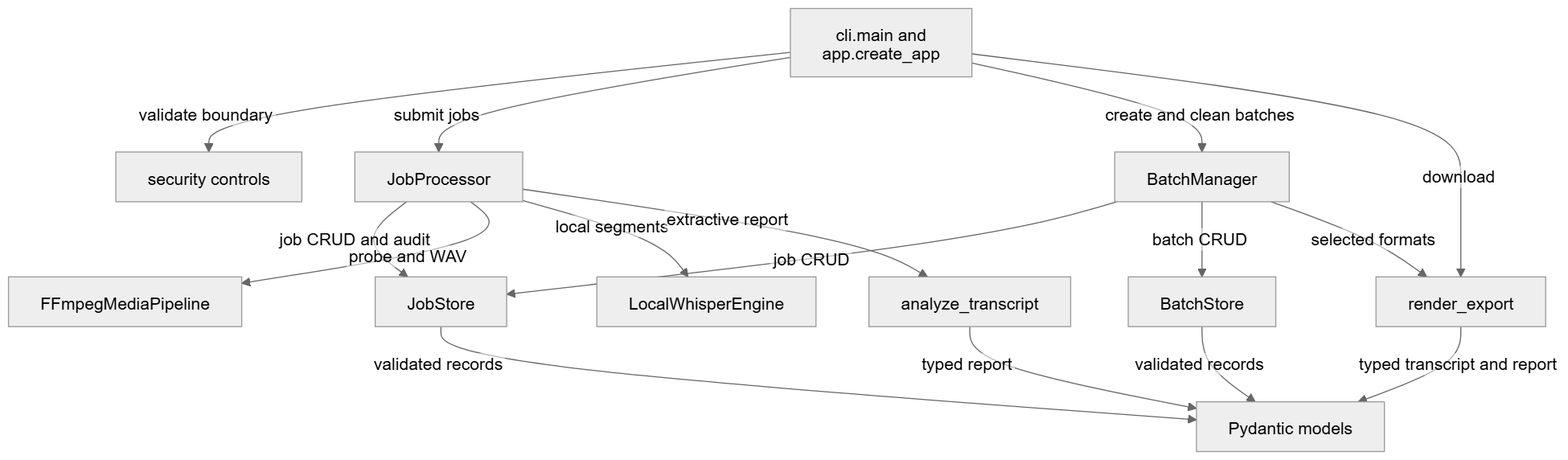
Before: diagrams/l3-component-architecture.png, a diagram exported from Mermaid (muammarlone/Verbatim). Its source is kept beside it as diagrams/l3-component-architecture.mmd. The source it was exported from:
```mermaid
graph TD
  App["cli.main and app.create_app"]
  App -->|"validate boundary"| Security["security controls"]
  App -->|"submit jobs"| Processor["JobProcessor"]
  App -->|"create and clean batches"| Batch["BatchManager"]
  Processor -->|"job CRUD and audit"| Store["JobStore"]
  Batch -->|"job CRUD"| Store
  Batch -->|"batch CRUD"| BatchStore["BatchStore"]
  Processor -->|"probe and WAV"| FFmpeg["FFmpegMediaPipeline"]
  Processor -->|"local segments"| Whisper["LocalWhisperEngine"]
  Processor -->|"extractive report"| Analysis["analyze_transcript"]
  Batch -->|"selected formats"| Exports["render_export"]
  App -->|"download"| Exports
  Store -->|"validated records"| Models["Pydantic models"]
  BatchStore -->|"validated records"| Models
  Analysis -->|"typed report"| Models
  Exports -->|"typed transcript and report"| Models
```
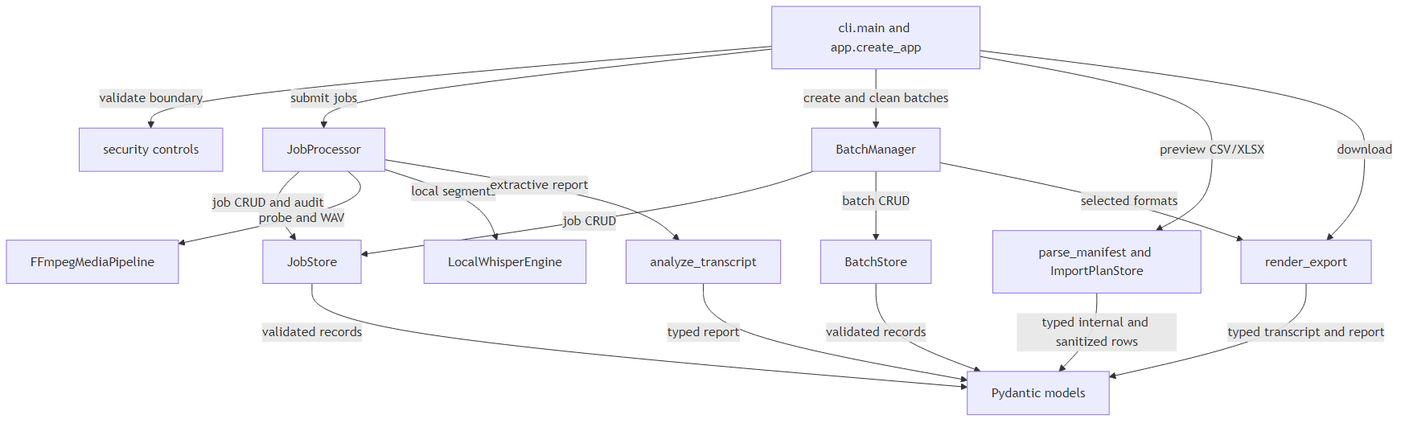
Later version of the same file.

The edit, as a diff of the source:
```diff
@@ -3,6 +3,7 @@
   App -->|"validate boundary"| Security["security controls"]
   App -->|"submit jobs"| Processor["JobProcessor"]
   App -->|"create and clean batches"| Batch["BatchManager"]
+  App -->|"preview CSV/XLSX"| Manifest["parse_manifest and ImportPlanStore"]
   Processor -->|"job CRUD and audit"| Store["JobStore"]
   Batch -->|"job CRUD"| Store
   Batch -->|"batch CRUD"| BatchStore["BatchStore"]
@@ -15,3 +16,4 @@
   BatchStore -->|"validated records"| Models
   Analysis -->|"typed report"| Models
   Exports -->|"typed transcript and report"| Models
+  Manifest -->|"typed internal and sanitized rows"| Models
```
